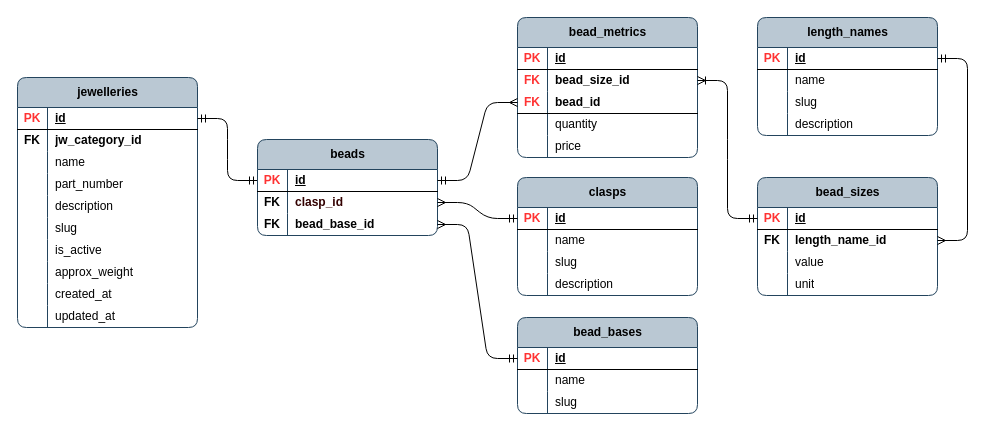
Before: page "jw_bead_props" (12 of 15) of publisher/laravel-app/psql_jewellery_items.drawio in Local-development-environment/msg-brokers-publisher-consumer, a draw.io diagram. Source tidied: cells renumbered, new cells numbered last; positions are measured from the earlier drawing's top-left corner, leaving out a move shared by most shapes. Both pictures are drawn from the tidied source at 100%, with x=0, y=0 at pixel (17, 17).
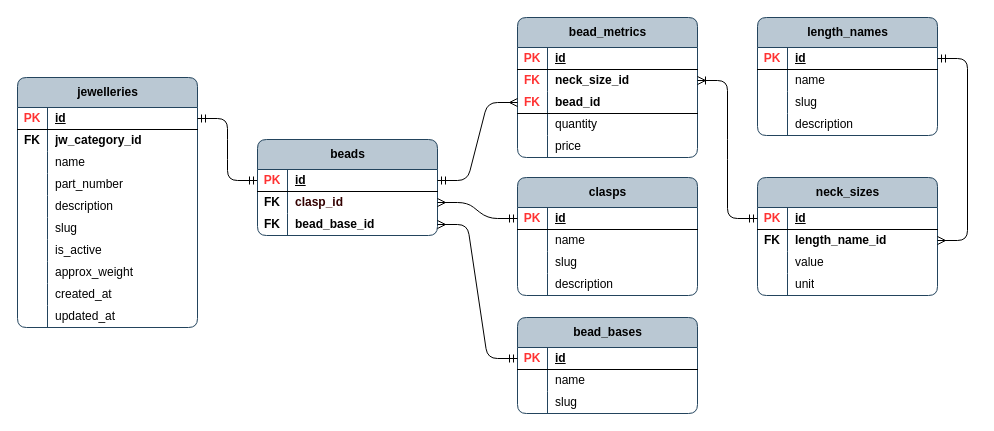
The same diagram, later.

The change refers to these unchanged cells:
```xml
<mxCell id="48" style="shape=tableRow;horizontal=0;startSize=0;swimlaneHead=0;swimlaneBody=0;fillColor=none;points=[[0,0.5],[1,0.5]];portConstraint=eastwest;top=0;left=0;right=0;bottom=0;rounded=0;" parent="44" vertex="1">
  <mxGeometry y="52" width="180" height="22" as="geometry" />
</mxCell>
```

Change to the diagram source:
```diff
@@
-    <mxCell id="50" value="&lt;b&gt;bead_size_id&lt;/b&gt;" style="shape=partialRectangle;fillColor=none;top=0;left=0;bottom=0;right=0;align=left;spacingLeft=6;overflow=hidden;whiteSpace=wrap;html=1;" parent="48" vertex="1">
+    <mxCell id="50" value="&lt;b&gt;neck_size_id&lt;/b&gt;" style="shape=partialRectangle;fillColor=none;top=0;left=0;bottom=0;right=0;align=left;spacingLeft=6;overflow=hidden;whiteSpace=wrap;html=1;" parent="48" vertex="1">
       <mxGeometry x="30" width="150" height="22" as="geometry" />
     </mxCell>
@@
-    <mxCell id="99" value="bead_sizes" style="shape=table;startSize=30;childLayout=tableLayout;rowLines=0;fontStyle=1;align=center;html=1;rounded=1;swimlaneFillColor=none;fillColor=#bac8d3;strokeColor=#23445d;columnLines=1;arcSize=10;" parent="1" vertex="1">
+    <mxCell id="99" value="neck_sizes" style="shape=table;startSize=30;childLayout=tableLayout;rowLines=0;fontStyle=1;align=center;html=1;rounded=1;swimlaneFillColor=none;fillColor=#bac8d3;strokeColor=#23445d;columnLines=1;arcSize=10;" parent="1" vertex="1">
       <mxGeometry x="740" y="160" width="180" height="118" as="geometry" />
     </mxCell>
```
